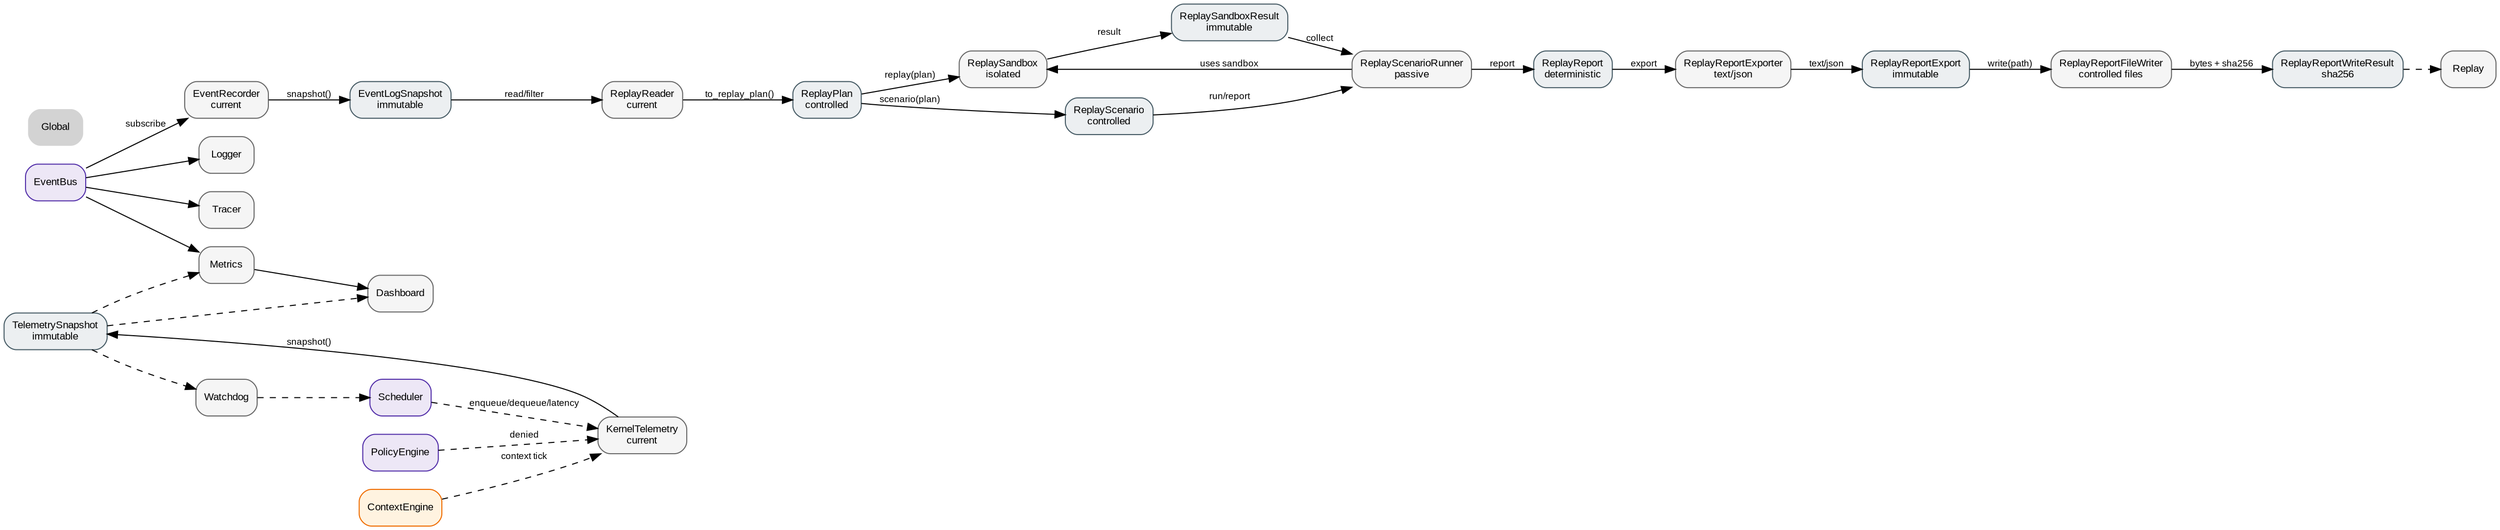
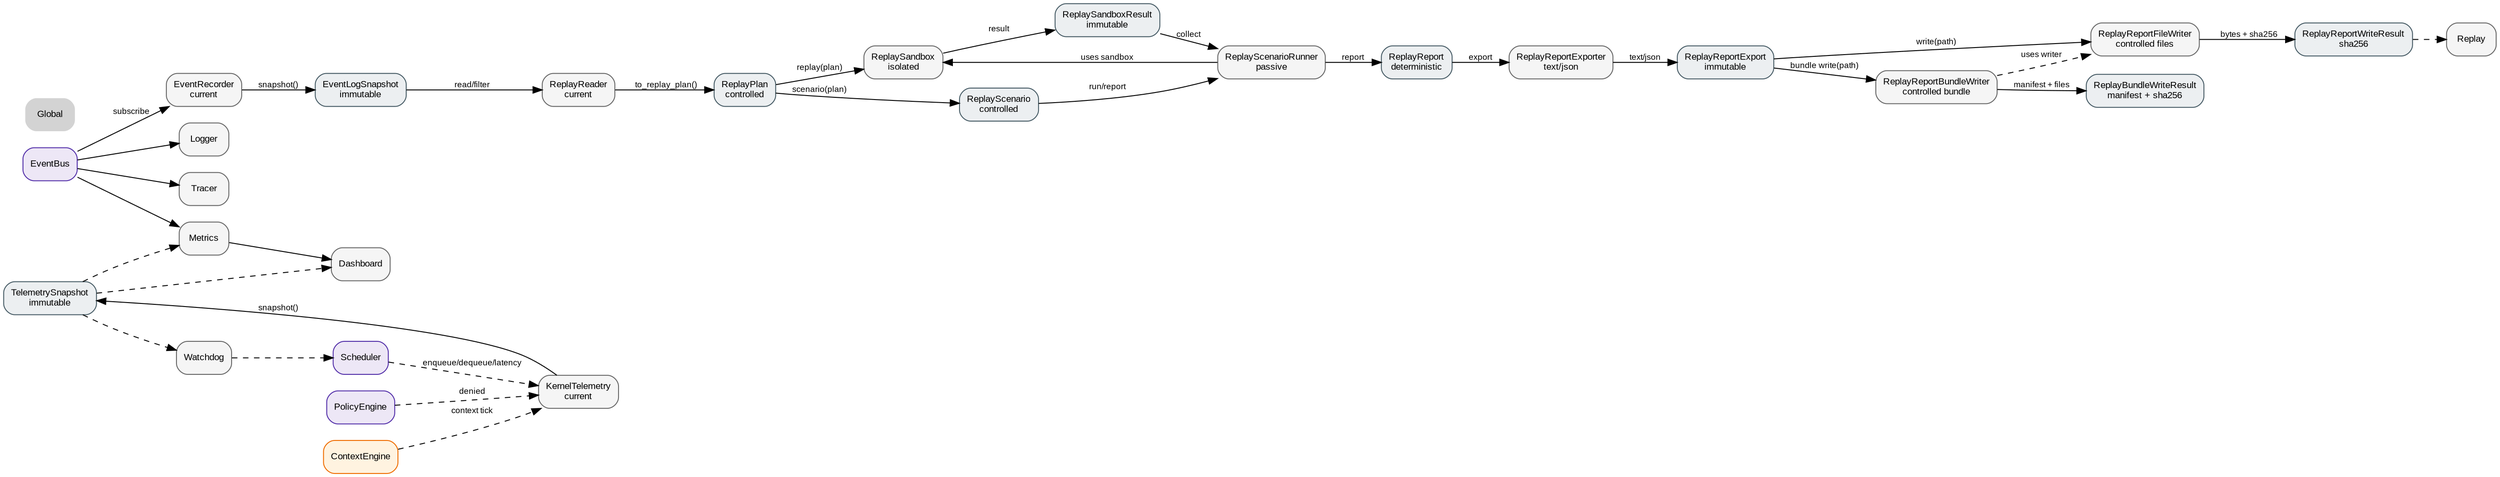
digraph Observability {
+     // ROADMAP_ID: observability
+     // ROADMAP_PARENT: 00_global.dot
+ 
    rankdir=LR;
    node [shape=box, style="rounded,filled", fontname="Arial", fontsize=10];
    edge [fontname="Arial", fontsize=9];

-     // ROADMAP_NOTE[phase2_3]:
+     // ROADMAP_NOTE[phase2_4]:
+ // ReplayReportBundleWriter ajoute un dossier replay contrôlé contenant
+ // report.txt, report.json et manifest.json. Le bundle reste un artefact
+ // d'audit hors Scheduler vivant. Les liens DOT de montée/descente sont
+ // vérifiés par tests/docs/test_dot_links.py.
    // ReplayReportFileWriter persiste les exports replay vers fichiers explicites.
    // L'écriture reste hors chemin de commande et ne connaît pas le Scheduler.
    // Aucun chemin implicite, aucune extension implicite, aucun overwrite implicite.
    // Le résultat d'écriture expose bytes_written et sha256 pour contrôle déterministe.

-     EventBus [fillcolor="#ede7f6", color="#512da8", URL="../scheduler/10_scheduler.svg"];
+     EventBus [fillcolor="#ede7f6", color="#512da8", URL="../scheduler/event_bus/12_event_bus.svg"];
    Scheduler [fillcolor="#ede7f6", color="#512da8", URL="../scheduler/10_scheduler.svg"];
    PolicyEngine [fillcolor="#ede7f6", color="#512da8", URL="../scheduler/10_scheduler.svg"];
    ContextEngine [fillcolor="#fff3e0", color="#ef6c00", URL="../context/20_context.svg"];
    KernelTelemetry [label="KernelTelemetry
current", fillcolor="#f5f5f5", color="#666666"];
    EventRecorder [label="EventRecorder
current", fillcolor="#f5f5f5", color="#666666"];
    EventLog [label="EventLogSnapshot
immutable", fillcolor="#eceff1", color="#455a64"];
    ReplayReader [label="ReplayReader
current", fillcolor="#f5f5f5", color="#666666"];
    ReplayPlan [label="ReplayPlan
controlled", fillcolor="#eceff1", color="#455a64"];
    ReplaySandbox [label="ReplaySandbox
isolated", fillcolor="#f5f5f5", color="#666666"];
    ReplaySandboxResult [label="ReplaySandboxResult
immutable", fillcolor="#eceff1", color="#455a64"];
    ReplayScenario [label="ReplayScenario
controlled", fillcolor="#eceff1", color="#455a64"];
    ReplayScenarioRunner [label="ReplayScenarioRunner
passive", fillcolor="#f5f5f5", color="#666666"];
    ReplayReport [label="ReplayReport
deterministic", fillcolor="#eceff1", color="#455a64"];
    ReplayReportExporter [label="ReplayReportExporter
text/json", fillcolor="#f5f5f5", color="#666666"];
    ReplayReportExport [label="ReplayReportExport
immutable", fillcolor="#eceff1", color="#455a64"];
    ReplayReportFileWriter [label="ReplayReportFileWriter
controlled files", fillcolor="#f5f5f5", color="#666666"];
    ReplayReportWriteResult [label="ReplayReportWriteResult
sha256", fillcolor="#eceff1", color="#455a64"];
+     ReplayReportBundleWriter [label="ReplayReportBundleWriter
+ controlled bundle", fillcolor="#f5f5f5", color="#666666"];
+     ReplayBundleWriteResult [label="ReplayBundleWriteResult
+ manifest + sha256", fillcolor="#eceff1", color="#455a64"];
    Snapshot [label="TelemetrySnapshot
immutable", fillcolor="#eceff1", color="#455a64"];
    Logger [fillcolor="#f5f5f5", color="#666666"];
    Metrics [fillcolor="#f5f5f5", color="#666666"];
    Replay [fillcolor="#f5f5f5", color="#666666"];
    Dashboard [fillcolor="#f5f5f5", color="#666666"];
    Watchdog [fillcolor="#f5f5f5", color="#666666"];
    Tracer [fillcolor="#f5f5f5", color="#666666"];

    Scheduler -> KernelTelemetry [style=dashed, label="enqueue/dequeue/latency"];
    PolicyEngine -> KernelTelemetry [style=dashed, label="denied"];
    ContextEngine -> KernelTelemetry [style=dashed, label="context tick"];
    KernelTelemetry -> Snapshot [label="snapshot()"];
    Snapshot -> Metrics [style=dashed];
    Snapshot -> Dashboard [style=dashed];
    Snapshot -> Watchdog [style=dashed];

    EventBus -> Logger;
    EventBus -> Metrics;
    EventBus -> EventRecorder [label="subscribe"];
    EventRecorder -> EventLog [label="snapshot()"];
    EventLog -> ReplayReader [label="read/filter"];
    ReplayReader -> ReplayPlan [label="to_replay_plan()"];
    ReplayPlan -> ReplaySandbox [label="replay(plan)"];
    ReplaySandbox -> ReplaySandboxResult [label="result"];
    ReplayPlan -> ReplayScenario [label="scenario(plan)"];
    ReplayScenario -> ReplayScenarioRunner [label="run/report"];
    ReplayScenarioRunner -> ReplaySandbox [label="uses sandbox"];
    ReplaySandboxResult -> ReplayScenarioRunner [label="collect"];
    ReplayScenarioRunner -> ReplayReport [label="report"];
    ReplayReport -> ReplayReportExporter [label="export"];
    ReplayReportExporter -> ReplayReportExport [label="text/json"];
    ReplayReportExport -> ReplayReportFileWriter [label="write(path)"];
    ReplayReportFileWriter -> ReplayReportWriteResult [label="bytes + sha256"];
+     ReplayReportExport -> ReplayReportBundleWriter [label="bundle write(path)"];
+     ReplayReportBundleWriter -> ReplayReportFileWriter [style=dashed, label="uses writer"];
+     ReplayReportBundleWriter -> ReplayBundleWriteResult [label="manifest + files"];
    ReplayReportWriteResult -> Replay [style=dashed];
    Metrics -> Dashboard;
    EventBus -> Tracer;
    Watchdog -> Scheduler [style=dashed];

    Nav_Global [label="Global", shape=plaintext, URL="../00_global.svg"];
}
